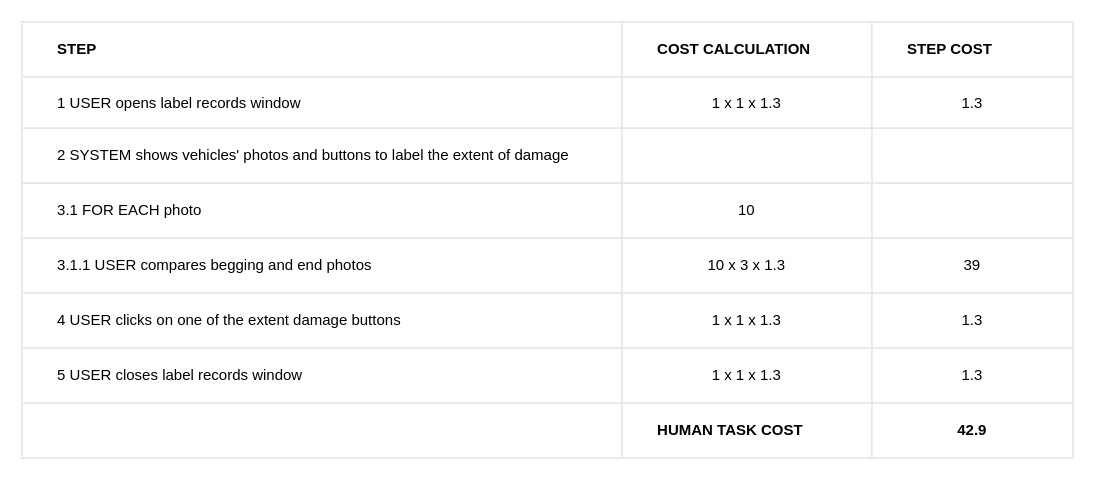
BaffoBello14/AutomaticDamagesRecognition keeps this draw.io diagram as label records (Bello)/label_records_table.drawio. Above is the earlier version. Source tidied: cells renumbered, new cells numbered last; positions are measured from the earlier drawing's top-left corner, leaving out a move shared by most shapes. Both pictures are drawn from the tidied source at 125%, with x=0, y=0 at pixel (21, 21).
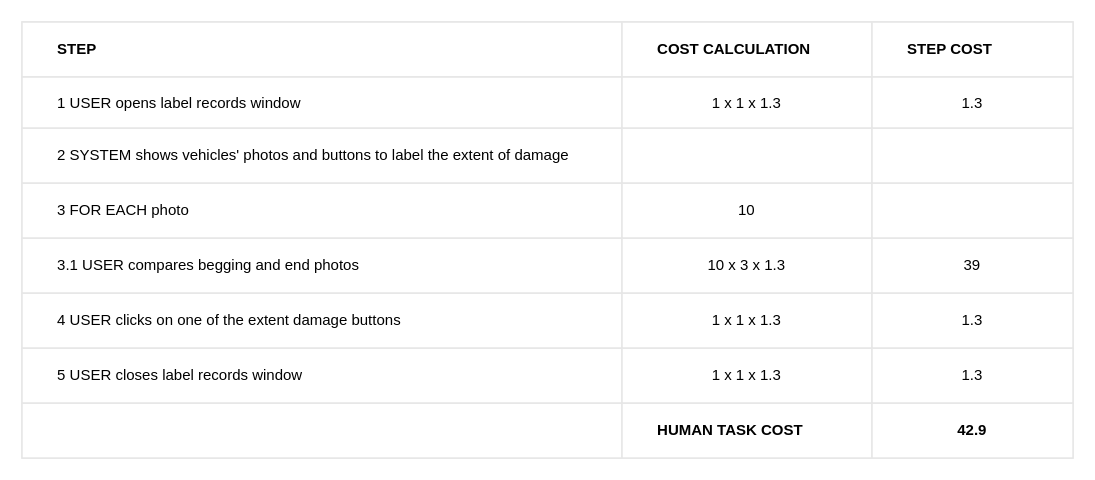
The same diagram, later.

Commit message:
Update label records table headings

Unchanged cells that the change refers to:
```xml
<mxCell id="15" style="shape=tableRow;horizontal=0;startSize=0;swimlaneHead=0;swimlaneBody=0;top=0;left=0;bottom=0;right=0;fontStyle=0;fillColor=none;strokeColor=inherit;" parent="2" vertex="1">
  <mxGeometry y="129" width="841" height="44" as="geometry" />
</mxCell>
<mxCell id="19" style="shape=tableRow;horizontal=0;startSize=0;swimlaneHead=0;swimlaneBody=0;top=0;left=0;bottom=0;right=0;fontStyle=0;fillColor=none;strokeColor=inherit;" parent="2" vertex="1">
  <mxGeometry y="173" width="841" height="44" as="geometry" />
</mxCell>
```

Diff of the diagram source:
```diff
@@
-    <mxCell id="16" value="&lt;span style=&quot;white-space: pre;&quot;&gt;&#9;&lt;/span&gt;3.1 FOR EACH photo" style="strokeColor=inherit;fillColor=none;align=left;whiteSpace=wrap;html=1;" parent="15" vertex="1">
+    <mxCell id="16" value="&lt;span style=&quot;white-space: pre;&quot;&gt;&#9;&lt;/span&gt;3 FOR EACH photo" style="strokeColor=inherit;fillColor=none;align=left;whiteSpace=wrap;html=1;" parent="15" vertex="1">
       <mxGeometry width="480" height="44" as="geometry" />
     </mxCell>
@@
-    <mxCell id="20" value="&lt;span style=&quot;&quot;&gt;&#9;&lt;/span&gt;&lt;span style=&quot;white-space: pre;&quot;&gt;&#9;&lt;/span&gt;3.1.1 USER compares begging and end photos" style="strokeColor=inherit;fillColor=none;align=left;whiteSpace=wrap;html=1;" parent="19" vertex="1">
+    <mxCell id="20" value="&lt;span style=&quot;&quot;&gt;&#9;&lt;/span&gt;&lt;span style=&quot;white-space: pre;&quot;&gt;&#9;&lt;/span&gt;3.1 USER compares begging and end photos" style="strokeColor=inherit;fillColor=none;align=left;whiteSpace=wrap;html=1;" parent="19" vertex="1">
       <mxGeometry width="480" height="44" as="geometry" />
     </mxCell>
```
